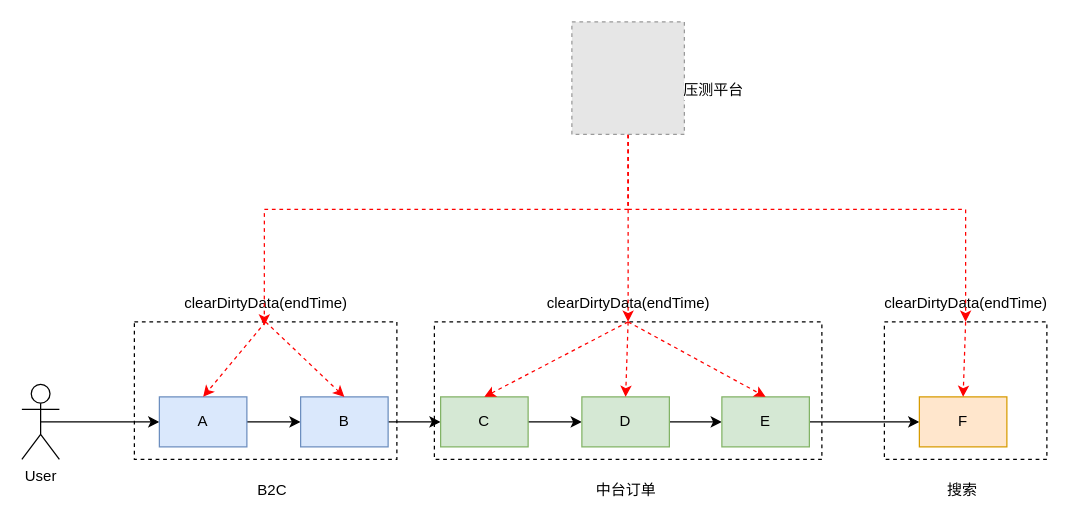
zhuanzhuan-tech/arch-draw-io keeps this draw.io diagram as tc/脏数据清理.drawio. Above is the earlier version. Source tidied: cells renumbered, new cells numbered last; positions are measured from the earlier drawing's top-left corner, leaving out a move shared by most shapes. Both pictures are drawn from the tidied source at 125%, with x=0, y=0 at pixel (21, 21). Pictures stored in the file or linked from it are replaced by grey dashed boxes.
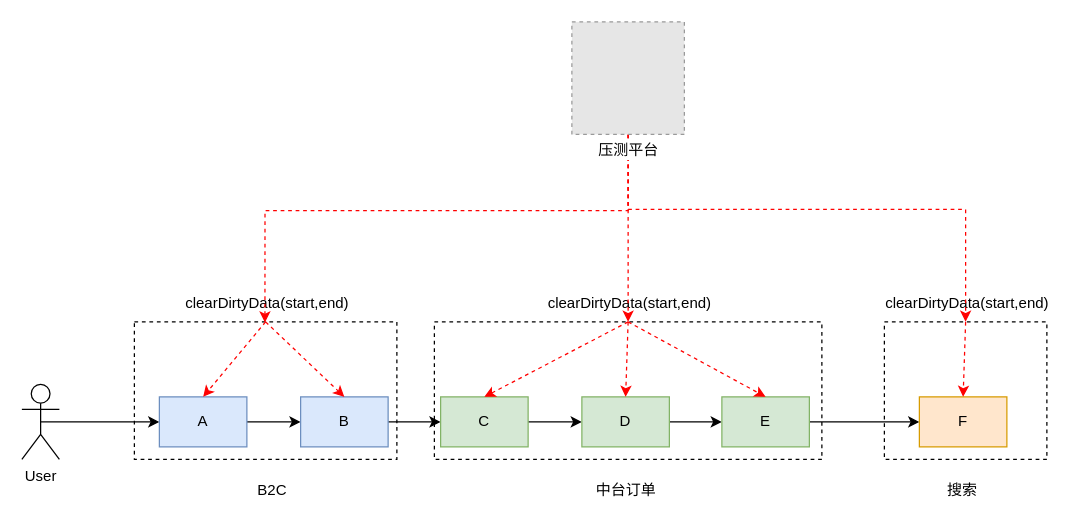
The same diagram, later.

Commit message (it also covers changes not shown here):
更新脏数据清理.drawio

What changed in the source:
```diff
@@
-    <mxCell id="21" value="&lt;span style=&quot;&quot;&gt;clearDirtyData(endTime)&lt;/span&gt;" style="text;html=1;align=center;verticalAlign=middle;points=[];strokeColor=none;fillColor=none;" parent="1" vertex="1">
-      <mxGeometry x="120" y="210" width="150" height="30" as="geometry" />
+    <mxCell id="21" value="&lt;span style=&quot;&quot;&gt;clearDirtyData(start,end)&lt;/span&gt;" style="text;html=1;align=center;verticalAlign=middle;points=[];strokeColor=none;fillColor=none;" parent="1" vertex="1">
+      <mxGeometry x="121" y="212" width="149" height="26" as="geometry" />
     </mxCell>
@@
-    <mxCell id="23" value="&lt;span style=&quot;&quot;&gt;clearDirtyData(endTime)&lt;/span&gt;" style="text;html=1;align=center;verticalAlign=middle;strokeColor=none;fillColor=none;" parent="1" vertex="1">
-      <mxGeometry x="410" y="210" width="150" height="30" as="geometry" />
+    <mxCell id="23" value="&lt;span style=&quot;&quot;&gt;clearDirtyData(start,end)&lt;/span&gt;" style="text;html=1;align=center;verticalAlign=middle;strokeColor=none;fillColor=none;" parent="1" vertex="1">
+      <mxGeometry x="411" y="212" width="149" height="26" as="geometry" />
     </mxCell>
@@
-    <mxCell id="29" value="&lt;span style=&quot;&quot;&gt;clearDirtyData(endTime)&lt;/span&gt;" style="text;html=1;align=center;verticalAlign=middle;strokeColor=none;fillColor=none;" parent="1" vertex="1">
-      <mxGeometry x="680" y="210" width="150" height="30" as="geometry" />
+    <mxCell id="29" value="&lt;span style=&quot;&quot;&gt;clearDirtyData(start,end)&lt;/span&gt;" style="text;html=1;align=center;verticalAlign=middle;strokeColor=none;fillColor=none;" parent="1" vertex="1">
+      <mxGeometry x="681" y="212" width="149" height="26" as="geometry" />
     </mxCell>
@@
     <mxCell id="34" value="压测平台" style="text;html=1;align=center;verticalAlign=middle;strokeColor=none;fillColor=none;rounded=1;glass=0;labelBackgroundColor=#FFFFFF;" parent="1" vertex="1">
-      <mxGeometry x="518" y="40" width="70" height="30" as="geometry" />
+      <mxGeometry x="450" y="88" width="70" height="30" as="geometry" />
     </mxCell>
```
